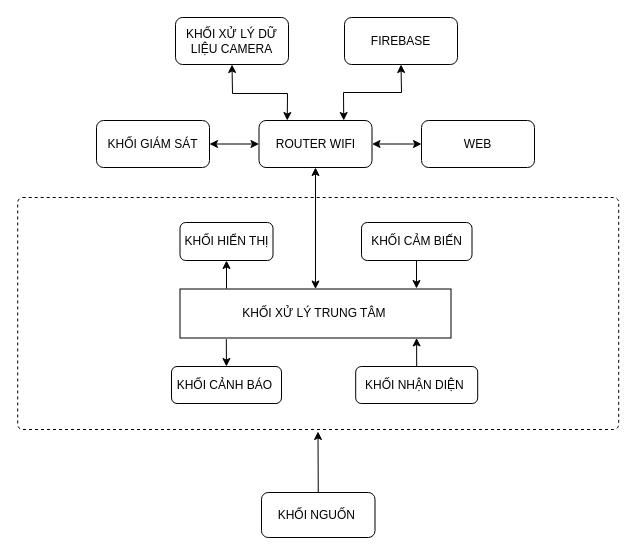
Before: SĐK.drawio in hieuchuai123/DO_AN_TOT_NGHIEP, a draw.io diagram. Source tidied: cells renumbered, new cells numbered last; positions are measured from the earlier drawing's top-left corner, leaving out a move shared by most shapes. Both pictures are drawn from the tidied source at 100%, with x=0, y=0 at pixel (17, 17).
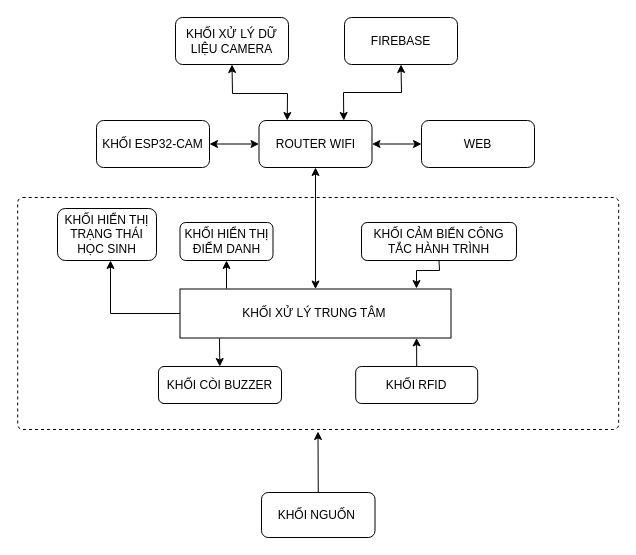
The same page after the edit.

Unchanged cells that the change refers to:
```xml
<mxCell id="3" value="KHỐI XỬ LÝ TRUNG TÂM&amp;nbsp;" style="rounded=0;whiteSpace=wrap;html=1;" parent="1" vertex="1">
  <mxGeometry x="162.5" y="271.5" width="271" height="49" as="geometry" />
</mxCell>
```

What changed in the source:
```diff
@@
+    <mxCell id="25" style="edgeStyle=orthogonalEdgeStyle;rounded=0;jettySize=auto;html=1;" parent="1" edge="1" source="3" target="26">
+      <mxGeometry relative="1" as="geometry">
+        <Array as="points">
+          <mxPoint x="93" y="296" />
+        </Array>
+      </mxGeometry>
+    </mxCell>
@@
-    <mxCell id="5" value="KHỐI HIỂN THỊ" style="rounded=1;whiteSpace=wrap;html=1;" parent="1" vertex="1">
+    <mxCell id="5" value="KHỐI HIỂN THỊ ĐIỂM DANH" style="rounded=1;whiteSpace=wrap;html=1;" parent="1" vertex="1">
       <mxGeometry x="162.5" y="205" width="93" height="38" as="geometry" />
     </mxCell>
@@
-    <mxCell id="7" value="KHỐI CẢNH BÁO&amp;nbsp;" style="rounded=1;whiteSpace=wrap;html=1;" parent="1" vertex="1">
-      <mxGeometry x="154" y="349" width="110" height="37" as="geometry" />
+    <mxCell id="7" value="KHỐI CÒI BUZZER" style="rounded=1;whiteSpace=wrap;html=1;" parent="1" vertex="1">
+      <mxGeometry x="141" y="349" width="123" height="37" as="geometry" />
     </mxCell>
-    <mxCell id="8" style="endArrow=classic;html=1;rounded=0;exitX=0.171;exitY=1.023;exitDx=0;exitDy=0;exitPerimeter=0;" parent="1" edge="1" source="3" target="7">
-      <mxGeometry relative="1" as="geometry" />
+    <mxCell id="8" style="endArrow=classic;html=1;rounded=0;" parent="1" edge="1" target="7">
+      <mxGeometry relative="1" as="geometry">
+        <mxPoint x="202" y="321" as="sourcePoint" />
+      </mxGeometry>
     </mxCell>
-    <mxCell id="9" value="KHỐI NHẬN DIỆN&amp;nbsp;" style="rounded=1;whiteSpace=wrap;html=1;" parent="1" vertex="1">
+    <mxCell id="9" value="KHỐI RFID" style="rounded=1;whiteSpace=wrap;html=1;" parent="1" vertex="1">
       <mxGeometry x="338.2" y="349" width="122" height="37" as="geometry" />
     </mxCell>
@@
-    <mxCell id="17" value="KHỐI GIÁM SÁT" style="rounded=1;whiteSpace=wrap;html=1;" parent="1" vertex="1">
+    <mxCell id="17" value="KHỐI ESP32-CAM" style="rounded=1;whiteSpace=wrap;html=1;" parent="1" vertex="1">
       <mxGeometry x="79" y="103" width="113" height="47" as="geometry" />
     </mxCell>
@@
-    <mxCell id="21" value="KHỐI CẢM BIẾN" style="rounded=1;whiteSpace=wrap;html=1;" parent="1" vertex="1">
-      <mxGeometry x="344" y="205" width="110.5" height="38" as="geometry" />
+    <mxCell id="21" value="KHỐI CẢM BIẾN CÔNG TẮC HÀNH TRÌNH" style="rounded=1;whiteSpace=wrap;html=1;" parent="1" vertex="1">
+      <mxGeometry x="344" y="205" width="155" height="38" as="geometry" />
     </mxCell>
-    <mxCell id="22" style="endArrow=classic;html=1;rounded=0;entryX=0.5;entryY=1;entryDx=0;entryDy=0;" parent="1" edge="1">
+    <mxCell id="22" style="endArrow=classic;html=1;rounded=0;entryX=0.5;entryY=1;entryDx=0;entryDy=0;exitX=0.5;exitY=1;exitDx=0;exitDy=0;" parent="1" edge="1" source="21">
       <mxGeometry relative="1" as="geometry">
-        <mxPoint x="399" y="243" as="sourcePoint" />
         <mxPoint x="399" y="271" as="targetPoint" />
+        <Array as="points">
+          <mxPoint x="422" y="253" />
+          <mxPoint x="399" y="253" />
+        </Array>
       </mxGeometry>
     </mxCell>
@@
+    <mxCell id="26" value="KHỐI HIỂN THỊ TRẠNG THÁI HỌC SINH" style="rounded=1;whiteSpace=wrap;html=1;" parent="1" vertex="1">
+      <mxGeometry x="40" y="191" width="99" height="52" as="geometry" />
+    </mxCell>
```
